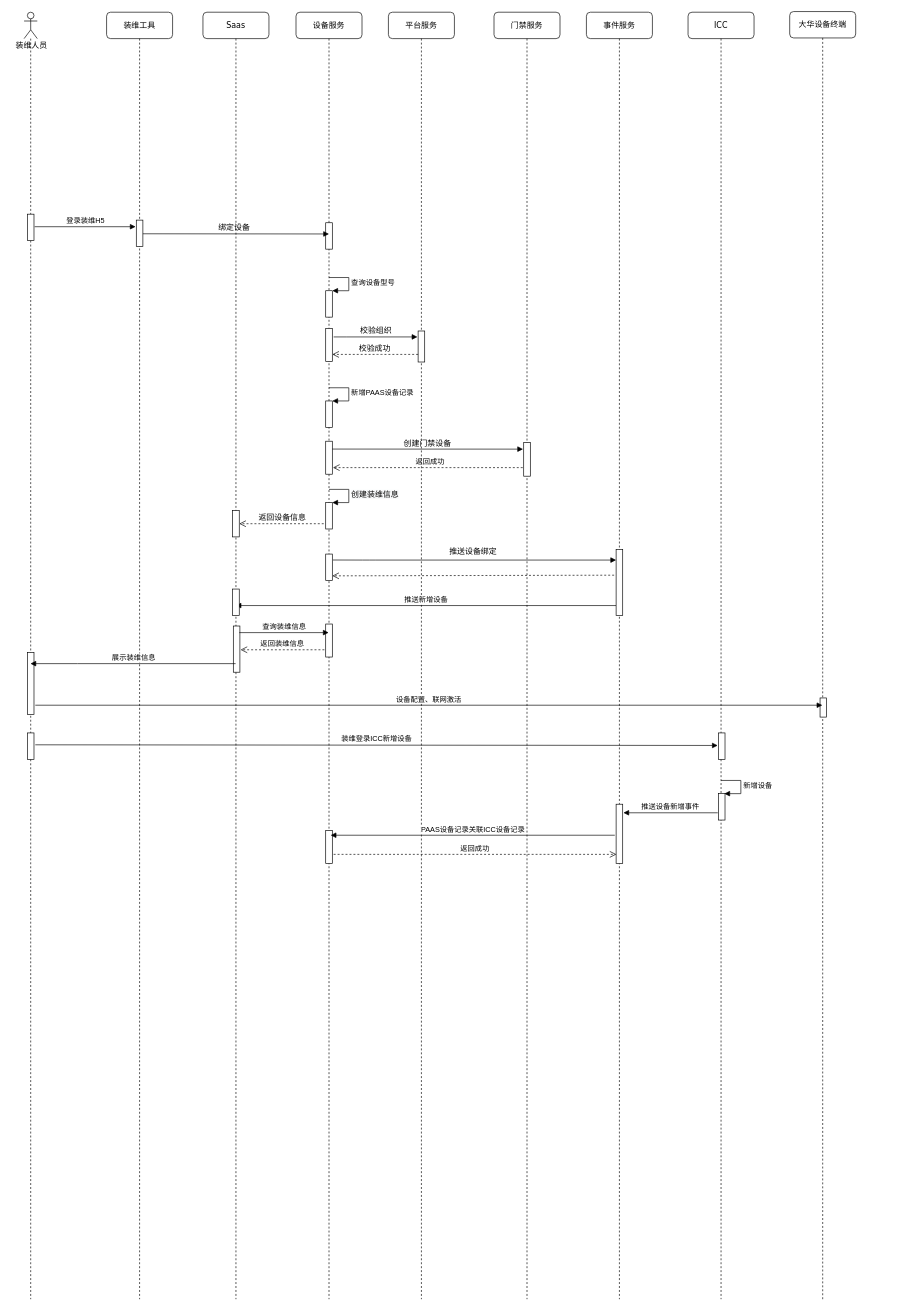
Earlier version of the draw.io diagram page "Page-1" (1 of 2) of ICC-设备绑定.drawio (HughRudolf/Drawio). Source tidied: cells renumbered, new cells numbered last; positions are measured from the earlier drawing's top-left corner, leaving out a move shared by most shapes. Both pictures are drawn from the tidied source at 66%, with x=0, y=0 at pixel (11, 11).
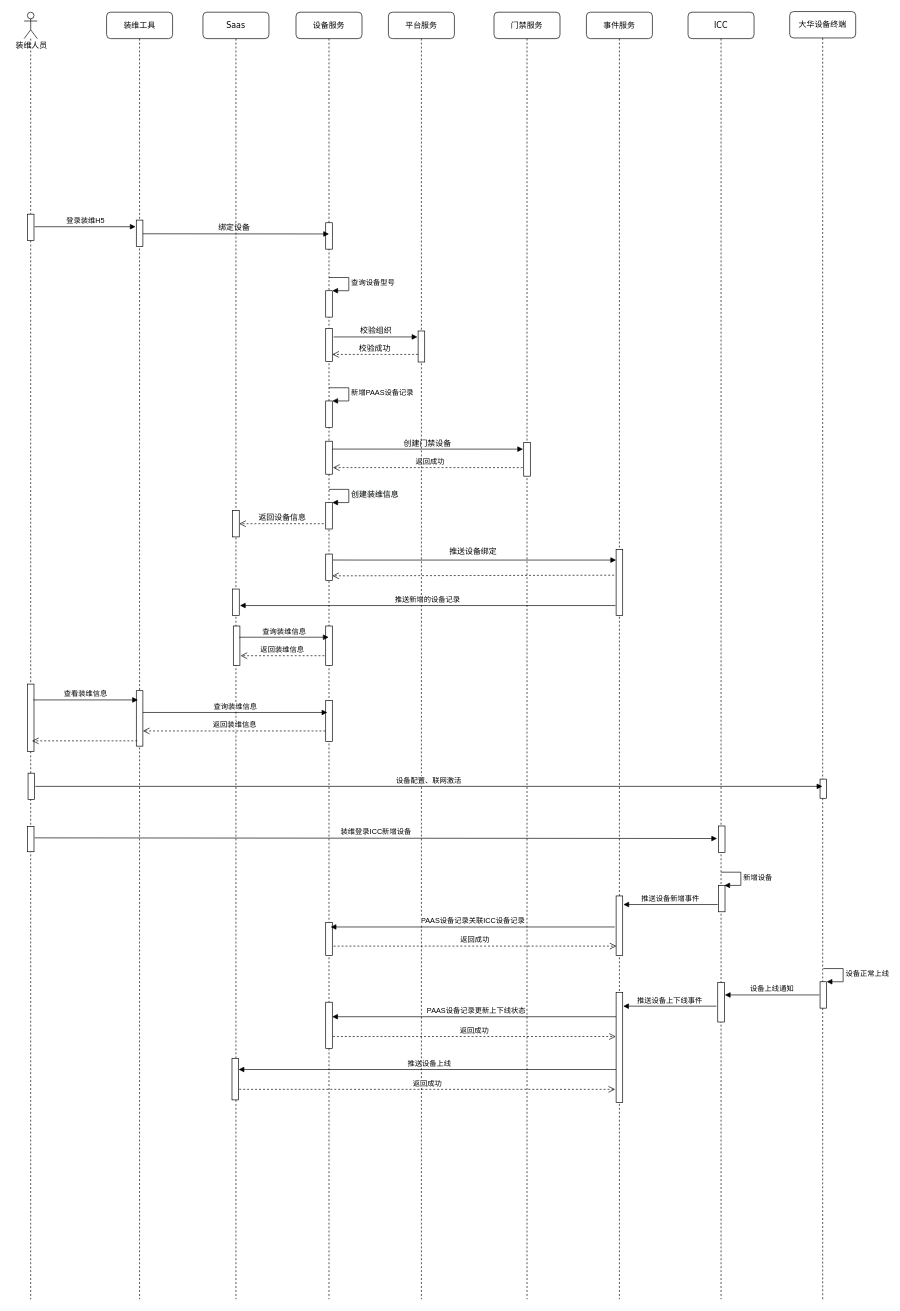
The same diagram, later.

Commit message:
更新ICC-设备绑定.drawio

The change refers to these unchanged cells:
```xml
<mxCell id="2" value="设备服务" style="shape=umlLifeline;perimeter=lifelinePerimeter;whiteSpace=wrap;html=1;outlineConnect=0;rounded=1;shadow=0;comic=0;labelBackgroundColor=none;strokeWidth=1;fontFamily=Verdana;fontSize=12;align=center;" parent="1" vertex="1">
  <mxGeometry x="431" y="1" width="100" height="1950" as="geometry" />
</mxCell>
<mxCell id="17" value="事件服务" style="shape=umlLifeline;perimeter=lifelinePerimeter;whiteSpace=wrap;html=1;outlineConnect=0;rounded=1;shadow=0;comic=0;labelBackgroundColor=none;strokeWidth=1;fontFamily=Verdana;fontSize=12;align=center;" parent="1" vertex="1">
  <mxGeometry x="871" y="1" width="100" height="1950" as="geometry" />
</mxCell>
<mxCell id="19" value="平台服务" style="shape=umlLifeline;perimeter=lifelinePerimeter;whiteSpace=wrap;html=1;rounded=1;shadow=0;comic=0;labelBackgroundColor=none;strokeWidth=1;fontFamily=Verdana;fontSize=12;align=center;" parent="1" vertex="1">
  <mxGeometry x="571" y="1" width="100" height="1950" as="geometry" />
</mxCell>
<mxCell id="22" value="门禁服务" style="shape=umlLifeline;perimeter=lifelinePerimeter;whiteSpace=wrap;html=1;outlineConnect=0;rounded=1;shadow=0;comic=0;labelBackgroundColor=none;strokeWidth=1;fontFamily=Verdana;fontSize=12;align=center;" parent="1" vertex="1">
  <mxGeometry x="731" y="1" width="100" height="1950" as="geometry" />
</mxCell>
<mxCell id="26" value="Saas" style="shape=umlLifeline;perimeter=lifelinePerimeter;whiteSpace=wrap;html=1;outlineConnect=0;rounded=1;shadow=0;comic=0;labelBackgroundColor=none;strokeWidth=1;fontFamily=Verdana;fontSize=12;align=center;" parent="1" vertex="1">
  <mxGeometry x="290" y="1" width="100" height="1950" as="geometry" />
</mxCell>
<mxCell id="35" value="ICC" style="shape=umlLifeline;perimeter=lifelinePerimeter;whiteSpace=wrap;html=1;rounded=1;shadow=0;comic=0;labelBackgroundColor=none;strokeWidth=1;fontFamily=Verdana;fontSize=12;align=center;" parent="1" vertex="1">
  <mxGeometry x="1025" y="1" width="100" height="1950" as="geometry" />
</mxCell>
<mxCell id="44" value="装维工具" style="shape=umlLifeline;perimeter=lifelinePerimeter;whiteSpace=wrap;html=1;rounded=1;shadow=0;comic=0;labelBackgroundColor=none;strokeWidth=1;fontFamily=Verdana;fontSize=12;align=center;" parent="1" vertex="1">
  <mxGeometry x="144" y="1" width="100" height="1950" as="geometry" />
</mxCell>
<mxCell id="48" style="shape=umlLifeline;participant=umlActor;perimeter=lifelinePerimeter;whiteSpace=wrap;html=1;verticalAlign=top;spacingTop=36;size=40;" parent="1" vertex="1">
  <mxGeometry x="19" y="1" width="20" height="1950" as="geometry" />
</mxCell>
<mxCell id="54" value="大华设备终端" style="shape=umlLifeline;perimeter=lifelinePerimeter;whiteSpace=wrap;html=1;outlineConnect=0;rounded=1;shadow=0;comic=0;labelBackgroundColor=none;strokeWidth=1;fontFamily=Verdana;fontSize=12;align=center;" parent="1" vertex="1">
  <mxGeometry x="1179" width="100" height="1951" as="geometry" />
</mxCell>
```

Diff of the diagram source:
```diff
@@
     <mxCell id="3" style="html=1;perimeter=orthogonalPerimeter;rounded=0;shadow=0;comic=0;labelBackgroundColor=none;strokeWidth=1;fontFamily=Verdana;fontSize=12;align=center;" parent="2" vertex="1">
-      <mxGeometry x="45" y="1240" width="10" height="50" as="geometry" />
+      <mxGeometry x="45" y="1379" width="10" height="50" as="geometry" />
     </mxCell>
@@
     <mxCell id="6" value="返回成功" style="html=1;verticalAlign=bottom;endArrow=open;dashed=1;endSize=8;rounded=0;" parent="2" edge="1">
       <mxGeometry relative="1" as="geometry">
-        <mxPoint x="57" y="1276" as="sourcePoint" />
-        <mxPoint x="485.5" y="1276" as="targetPoint" />
+        <mxPoint x="57" y="1415" as="sourcePoint" />
+        <mxPoint x="485.5" y="1415" as="targetPoint" />
       </mxGeometry>
     </mxCell>
@@
     <mxCell id="16" style="html=1;perimeter=orthogonalPerimeter;" parent="2" vertex="1">
-      <mxGeometry x="45" y="927" width="10" height="50" as="geometry" />
+      <mxGeometry x="45" y="930" width="10" height="60" as="geometry" />
     </mxCell>
+    <mxCell id="62" style="html=1;perimeter=orthogonalPerimeter;" parent="2" vertex="1">
+      <mxGeometry x="45" y="1043" width="10" height="62" as="geometry" />
+    </mxCell>
+    <mxCell id="63" style="html=1;perimeter=orthogonalPerimeter;" parent="2" vertex="1">
+      <mxGeometry x="45" y="1500" width="10" height="70" as="geometry" />
+    </mxCell>
+    <mxCell id="64" value="返回成功" style="html=1;verticalAlign=bottom;endArrow=open;dashed=1;endSize=8;rounded=0;" parent="2" edge="1">
+      <mxGeometry relative="1" as="geometry">
+        <mxPoint x="56" y="1552" as="sourcePoint" />
+        <mxPoint x="484.5" y="1552" as="targetPoint" />
+      </mxGeometry>
+    </mxCell>
+    <mxCell id="65" value="推送设备上线" style="html=1;verticalAlign=bottom;endArrow=block;rounded=0;" parent="2" edge="1" source="17">
+      <mxGeometry relative="1" as="geometry">
+        <mxPoint x="-87" y="1602" as="targetPoint" />
+      </mxGeometry>
+    </mxCell>
@@
     <mxCell id="18" style="html=1;perimeter=orthogonalPerimeter;rounded=0;shadow=0;comic=0;labelBackgroundColor=none;strokeWidth=1;fontFamily=Verdana;fontSize=12;align=center;" parent="1" vertex="1">
-      <mxGeometry x="916" y="1201" width="10" height="90" as="geometry" />
+      <mxGeometry x="916" y="1340" width="10" height="90" as="geometry" />
     </mxCell>
@@
+    <mxCell id="66" value="PAAS设备记录更新上下线状态" style="html=1;verticalAlign=bottom;endArrow=block;rounded=0;" parent="19" edge="1" source="17">
+      <mxGeometry relative="1" as="geometry">
+        <mxPoint x="-85.2" y="1522" as="targetPoint" />
+      </mxGeometry>
+    </mxCell>
@@
-    <mxCell id="24" value="推送新增设备" style="html=1;verticalAlign=bottom;endArrow=block;rounded=0;" parent="22" edge="1" target="26">
+    <mxCell id="24" value="推送新增的设备记录" style="html=1;verticalAlign=bottom;endArrow=block;rounded=0;" parent="22" edge="1">
       <mxGeometry relative="1" as="geometry">
-        <mxPoint x="185" y="899" as="sourcePoint" />
+        <mxPoint x="184" y="899" as="sourcePoint" />
+        <mxPoint x="-385" y="899" as="targetPoint" />
       </mxGeometry>
     </mxCell>
@@
     <mxCell id="30" style="html=1;perimeter=orthogonalPerimeter;" parent="26" vertex="1">
-      <mxGeometry x="46" y="930" width="10" height="70" as="geometry" />
+      <mxGeometry x="46" y="930" width="10" height="60" as="geometry" />
     </mxCell>
-    <mxCell id="31" value="查询装维信息" style="html=1;verticalAlign=bottom;endArrow=block;rounded=0;" parent="26" edge="1" target="2">
+    <mxCell id="31" value="查询装维信息" style="html=1;verticalAlign=bottom;endArrow=block;rounded=0;" parent="26" edge="1">
       <mxGeometry relative="1" as="geometry">
-        <mxPoint x="55" y="940" as="sourcePoint" />
+        <mxPoint x="55" y="947" as="sourcePoint" />
+        <mxPoint x="190.5" y="947" as="targetPoint" />
       </mxGeometry>
     </mxCell>
+    <mxCell id="67" style="html=1;perimeter=orthogonalPerimeter;" parent="26" vertex="1">
+      <mxGeometry x="44" y="1585" width="10" height="63" as="geometry" />
+    </mxCell>
+    <mxCell id="68" value="返回成功" style="html=1;verticalAlign=bottom;endArrow=open;dashed=1;endSize=8;rounded=0;" parent="26" edge="1">
+      <mxGeometry relative="1" as="geometry">
+        <mxPoint x="55" y="1632" as="sourcePoint" />
+        <mxPoint x="624.5" y="1632" as="targetPoint" />
+      </mxGeometry>
+    </mxCell>
@@
     <mxCell id="37" style="html=1;perimeter=orthogonalPerimeter;" parent="35" vertex="1">
-      <mxGeometry x="46" y="1184" width="10" height="40" as="geometry" />
+      <mxGeometry x="46" y="1323" width="10" height="40" as="geometry" />
     </mxCell>
     <mxCell id="38" value="新增设备" style="edgeStyle=orthogonalEdgeStyle;html=1;align=left;spacingLeft=2;endArrow=block;rounded=0;entryX=1;entryY=0;" parent="35" edge="1">
       <mxGeometry relative="1" as="geometry">
-        <mxPoint x="50" y="1164" as="sourcePoint" />
-        <mxPoint x="55" y="1184" as="targetPoint" />
+        <mxPoint x="50" y="1303" as="sourcePoint" />
+        <mxPoint x="55" y="1323" as="targetPoint" />
         <Array as="points">
-          <mxPoint x="80" y="1164" />
+          <mxPoint x="80" y="1303" />
         </Array>
       </mxGeometry>
     </mxCell>
     <mxCell id="39" style="html=1;perimeter=orthogonalPerimeter;" parent="35" vertex="1">
-      <mxGeometry x="46" y="1092" width="10" height="40" as="geometry" />
+      <mxGeometry x="46" y="1233" width="10" height="40" as="geometry" />
     </mxCell>
+    <mxCell id="69" style="html=1;perimeter=orthogonalPerimeter;" parent="35" vertex="1">
+      <mxGeometry x="45" y="1470" width="10" height="60" as="geometry" />
+    </mxCell>
     <mxCell id="40" value="推送设备新增事件" style="html=1;verticalAlign=bottom;endArrow=block;rounded=0;" parent="1" edge="1">
       <mxGeometry relative="1" as="geometry">
-        <mxPoint x="1070" y="1214" as="sourcePoint" />
-        <mxPoint x="927" y="1214" as="targetPoint" />
+        <mxPoint x="1070" y="1353" as="sourcePoint" />
+        <mxPoint x="927" y="1353" as="targetPoint" />
       </mxGeometry>
     </mxCell>
     <mxCell id="41" value="PAAS设备记录关联ICC设备记录" style="html=1;verticalAlign=bottom;endArrow=block;rounded=0;" parent="1" edge="1">
       <mxGeometry relative="1" as="geometry">
-        <mxPoint x="914" y="1248" as="sourcePoint" />
-        <mxPoint x="483.5" y="1248" as="targetPoint" />
+        <mxPoint x="914" y="1387" as="sourcePoint" />
+        <mxPoint x="483.5" y="1387" as="targetPoint" />
       </mxGeometry>
     </mxCell>
     <mxCell id="42" value="装维登录ICC新增设备" style="html=1;verticalAlign=bottom;endArrow=block;rounded=0;" parent="1" edge="1">
       <mxGeometry relative="1" as="geometry">
-        <mxPoint x="36" y="1111" as="sourcePoint" />
-        <mxPoint x="1070" y="1112" as="targetPoint" />
+        <mxPoint x="35" y="1252" as="sourcePoint" />
+        <mxPoint x="1069" y="1253" as="targetPoint" />
       </mxGeometry>
     </mxCell>
@@
+    <mxCell id="70" style="html=1;perimeter=orthogonalPerimeter;" parent="44" vertex="1">
+      <mxGeometry x="45" y="1028" width="10" height="84" as="geometry" />
+    </mxCell>
+    <mxCell id="71" value="查询装维信息" style="html=1;verticalAlign=bottom;endArrow=block;rounded=0;" parent="44" edge="1">
+      <mxGeometry relative="1" as="geometry">
+        <mxPoint x="55" y="1061" as="sourcePoint" />
+        <mxPoint x="334.5" y="1061" as="targetPoint" />
+      </mxGeometry>
+    </mxCell>
+    <mxCell id="72" value="返回装维信息" style="html=1;verticalAlign=bottom;endArrow=open;dashed=1;endSize=8;rounded=0;" parent="44" edge="1">
+      <mxGeometry relative="1" as="geometry">
+        <mxPoint x="331.5" y="1089" as="sourcePoint" />
+        <mxPoint x="55" y="1089" as="targetPoint" />
+      </mxGeometry>
+    </mxCell>
@@
     <mxCell id="50" style="html=1;perimeter=orthogonalPerimeter;rounded=0;shadow=0;comic=0;labelBackgroundColor=none;strokeWidth=1;fontFamily=Verdana;fontSize=12;align=center;" parent="48" vertex="1">
-      <mxGeometry x="5" y="1092" width="10" height="40" as="geometry" />
+      <mxGeometry x="6" y="1153" width="10" height="40" as="geometry" />
     </mxCell>
     <mxCell id="51" style="html=1;perimeter=orthogonalPerimeter;" parent="48" vertex="1">
-      <mxGeometry x="5" y="970" width="10" height="94" as="geometry" />
+      <mxGeometry x="5" y="1018" width="10" height="102" as="geometry" />
     </mxCell>
+    <mxCell id="73" style="html=1;perimeter=orthogonalPerimeter;" parent="48" vertex="1">
+      <mxGeometry x="5" y="1234" width="10" height="38" as="geometry" />
+    </mxCell>
@@
     <mxCell id="56" style="html=1;perimeter=orthogonalPerimeter;" parent="54" vertex="1">
-      <mxGeometry x="46" y="1040" width="10" height="29" as="geometry" />
+      <mxGeometry x="46" y="1163" width="10" height="29" as="geometry" />
     </mxCell>
+    <mxCell id="74" style="html=1;points=[];perimeter=orthogonalPerimeter;" parent="54" vertex="1">
+      <mxGeometry x="46" y="1470" width="10" height="40" as="geometry" />
+    </mxCell>
+    <mxCell id="75" value="设备正常上线" style="edgeStyle=orthogonalEdgeStyle;html=1;align=left;spacingLeft=2;endArrow=block;rounded=0;entryX=1;entryY=0;" parent="54" edge="1" target="74">
+      <mxGeometry relative="1" as="geometry">
+        <mxPoint x="51" y="1450" as="sourcePoint" />
+        <Array as="points">
+          <mxPoint x="81" y="1450" />
+        </Array>
+      </mxGeometry>
+    </mxCell>
@@
     <mxCell id="58" value="返回装维信息" style="html=1;verticalAlign=bottom;endArrow=open;dashed=1;endSize=8;rounded=0;" parent="1" edge="1">
       <mxGeometry relative="1" as="geometry">
-        <mxPoint x="474" y="967" as="sourcePoint" />
-        <mxPoint x="347" y="967" as="targetPoint" />
+        <mxPoint x="474" y="976" as="sourcePoint" />
+        <mxPoint x="347" y="976" as="targetPoint" />
       </mxGeometry>
     </mxCell>
-    <mxCell id="59" value="展示装维信息" style="html=1;verticalAlign=bottom;endArrow=block;rounded=0;" parent="1" edge="1">
-      <mxGeometry relative="1" as="geometry">
-        <mxPoint x="339.5" y="988" as="sourcePoint" />
-        <mxPoint x="28.6" y="988" as="targetPoint" />
-        <Array as="points">
-          <mxPoint x="100" y="988" />
-        </Array>
-      </mxGeometry>
-    </mxCell>
-    <mxCell id="60" value="设备配置、联网激活" style="html=1;verticalAlign=bottom;endArrow=block;rounded=0;" parent="1" edge="1" target="54">
+    <mxCell id="60" value="设备配置、联网激活" style="html=1;verticalAlign=bottom;endArrow=block;rounded=0;" parent="1" edge="1">
       <mxGeometry relative="1" as="geometry">
-        <mxPoint x="36" y="1051" as="sourcePoint" />
+        <mxPoint x="36" y="1174" as="sourcePoint" />
+        <mxPoint x="1228.5" y="1174" as="targetPoint" />
       </mxGeometry>
     </mxCell>
+    <mxCell id="76" value="查看装维信息" style="html=1;verticalAlign=bottom;endArrow=block;rounded=0;" parent="1" edge="1">
+      <mxGeometry relative="1" as="geometry">
+        <mxPoint x="33" y="1043" as="sourcePoint" />
+        <mxPoint x="191.5" y="1043" as="targetPoint" />
+      </mxGeometry>
+    </mxCell>
+    <mxCell id="77" style="html=1;verticalAlign=bottom;endArrow=open;dashed=1;endSize=8;rounded=0;" parent="1" edge="1">
+      <mxGeometry relative="1" as="geometry">
+        <mxPoint x="190.5" y="1105" as="sourcePoint" />
+        <mxPoint x="31" y="1105" as="targetPoint" />
+      </mxGeometry>
+    </mxCell>
+    <mxCell id="78" value="设备上线通知" style="html=1;verticalAlign=bottom;endArrow=block;rounded=0;" parent="1" edge="1">
+      <mxGeometry relative="1" as="geometry">
+        <mxPoint x="1224" y="1490" as="sourcePoint" />
+        <mxPoint x="1080.7" y="1490" as="targetPoint" />
+      </mxGeometry>
+    </mxCell>
+    <mxCell id="79" value="推送设备上下线事件" style="html=1;verticalAlign=bottom;endArrow=block;rounded=0;" parent="1" edge="1">
+      <mxGeometry relative="1" as="geometry">
+        <mxPoint x="1068" y="1507" as="sourcePoint" />
+        <mxPoint x="926.7" y="1507" as="targetPoint" />
+      </mxGeometry>
+    </mxCell>
+    <mxCell id="80" style="html=1;perimeter=orthogonalPerimeter;" parent="1" vertex="1">
+      <mxGeometry x="916" y="1486" width="10" height="167" as="geometry" />
+    </mxCell>
```
